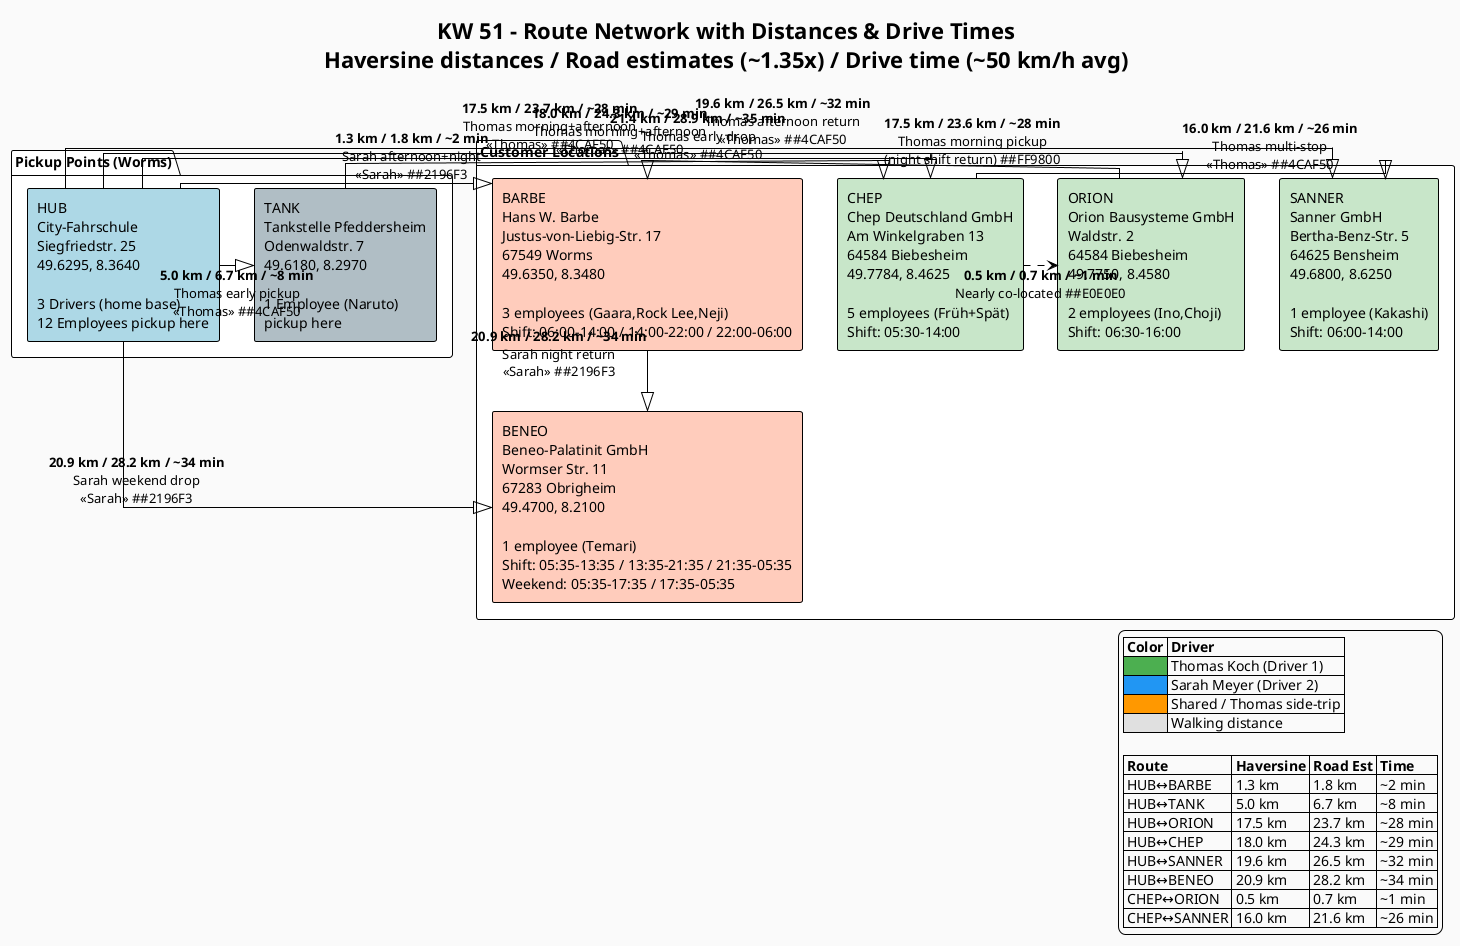
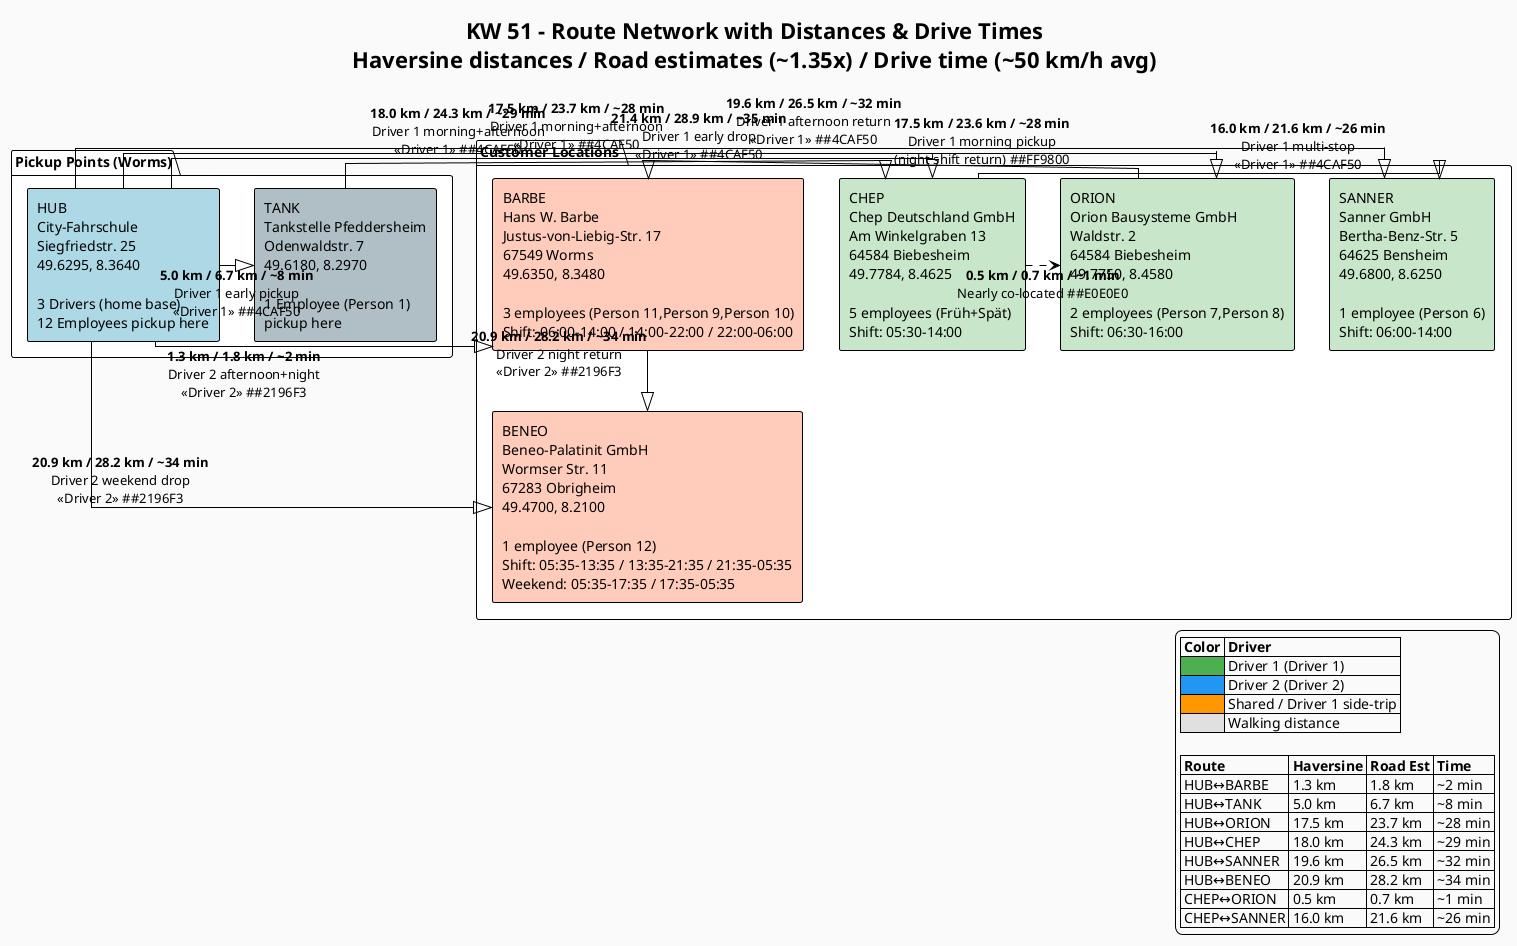
@startuml KW51_RouteNetwork
!theme plain
skinparam backgroundColor #FAFAFA
skinparam defaultFontName Helvetica
skinparam componentStyle rectangle
skinparam linetype ortho

title KW 51 - Route Network with Distances & Drive Times\nHaversine distances / Road estimates (~1.35x) / Drive time (~50 km/h avg)

' Color definitions
!$THOMAS_ROUTE = "#4CAF50"
!$SARAH_ROUTE = "#2196F3"
!$SHARED = "#FF9800"
!$SHORT = "#E0E0E0"

' Pickup points
package "Pickup Points (Worms)" as pickups {
  rectangle "HUB\nCity-Fahrschule\nSiegfriedstr. 25\n49.6295, 8.3640\n\n3 Drivers (home base)\n12 Employees pickup here" as HUB #LightBlue
-   rectangle "TANK\nTankstelle Pfeddersheim\nOdenwaldstr. 7\n49.6180, 8.2970\n\n1 Employee (Naruto)\npickup here" as TANK #B0BEC5
+   rectangle "TANK\nTankstelle Pfeddersheim\nOdenwaldstr. 7\n49.6180, 8.2970\n\n1 Employee (Person 1)\npickup here" as TANK #B0BEC5
}

' Customer locations
package "Customer Locations" as customers {
  rectangle "CHEP\nChep Deutschland GmbH\nAm Winkelgraben 13\n64584 Biebesheim\n49.7784, 8.4625\n\n5 employees (Früh+Spät)\nShift: 05:30-14:00" as CHEP #C8E6C9
-   rectangle "SANNER\nSanner GmbH\nBertha-Benz-Str. 5\n64625 Bensheim\n49.6800, 8.6250\n\n1 employee (Kakashi)\nShift: 06:00-14:00" as SANNER #C8E6C9
-   rectangle "ORION\nOrion Bausysteme GmbH\nWaldstr. 2\n64584 Biebesheim\n49.7750, 8.4580\n\n2 employees (Ino,Choji)\nShift: 06:30-16:00" as ORION #C8E6C9
-   rectangle "BARBE\nHans W. Barbe\nJustus-von-Liebig-Str. 17\n67549 Worms\n49.6350, 8.3480\n\n3 employees (Gaara,Rock Lee,Neji)\nShift: 06:00-14:00 / 14:00-22:00 / 22:00-06:00" as BARBE #FFCCBC
-   rectangle "BENEO\nBeneo-Palatinit GmbH\nWormser Str. 11\n67283 Obrigheim\n49.4700, 8.2100\n\n1 employee (Temari)\nShift: 05:35-13:35 / 13:35-21:35 / 21:35-05:35\nWeekend: 05:35-17:35 / 17:35-05:35" as BENEO #FFCCBC
+   rectangle "SANNER\nSanner GmbH\nBertha-Benz-Str. 5\n64625 Bensheim\n49.6800, 8.6250\n\n1 employee (Person 6)\nShift: 06:00-14:00" as SANNER #C8E6C9
+   rectangle "ORION\nOrion Bausysteme GmbH\nWaldstr. 2\n64584 Biebesheim\n49.7750, 8.4580\n\n2 employees (Person 7,Person 8)\nShift: 06:30-16:00" as ORION #C8E6C9
+   rectangle "BARBE\nHans W. Barbe\nJustus-von-Liebig-Str. 17\n67549 Worms\n49.6350, 8.3480\n\n3 employees (Person 11,Person 9,Person 10)\nShift: 06:00-14:00 / 14:00-22:00 / 22:00-06:00" as BARBE #FFCCBC
+   rectangle "BENEO\nBeneo-Palatinit GmbH\nWormser Str. 11\n67283 Obrigheim\n49.4700, 8.2100\n\n1 employee (Person 12)\nShift: 05:35-13:35 / 13:35-21:35 / 21:35-05:35\nWeekend: 05:35-17:35 / 17:35-05:35" as BENEO #FFCCBC
}

- ' Driver 1 routes (Thomas - Green)
- HUB -right-|> TANK : **5.0 km / 6.7 km / ~8 min**\nThomas early pickup\n<<Thomas>> #$THOMAS_ROUTE
- TANK -up-|> CHEP : **21.4 km / 28.9 km / ~35 min**\nThomas early drop\n<<Thomas>> #$THOMAS_ROUTE
- CHEP -right-|> SANNER : **16.0 km / 21.6 km / ~26 min**\nThomas multi-stop\n<<Thomas>> #$THOMAS_ROUTE
+ ' Driver 1 routes (Driver 1 - Green)
+ HUB -right-|> TANK : **5.0 km / 6.7 km / ~8 min**\nDriver 1 early pickup\n<<Driver 1>> #$THOMAS_ROUTE
+ TANK -up-|> CHEP : **21.4 km / 28.9 km / ~35 min**\nDriver 1 early drop\n<<Driver 1>> #$THOMAS_ROUTE
+ CHEP -right-|> SANNER : **16.0 km / 21.6 km / ~26 min**\nDriver 1 multi-stop\n<<Driver 1>> #$THOMAS_ROUTE

- HUB -up-|> CHEP : **18.0 km / 24.3 km / ~29 min**\nThomas morning+afternoon\n<<Thomas>> #$THOMAS_ROUTE
- HUB -up-|> SANNER : **19.6 km / 26.5 km / ~32 min**\nThomas afternoon return\n<<Thomas>> #$THOMAS_ROUTE
- HUB -right-|> ORION : **17.5 km / 23.7 km / ~28 min**\nThomas morning+afternoon\n<<Thomas>> #$THOMAS_ROUTE
+ HUB -up-|> CHEP : **18.0 km / 24.3 km / ~29 min**\nDriver 1 morning+afternoon\n<<Driver 1>> #$THOMAS_ROUTE
+ HUB -up-|> SANNER : **19.6 km / 26.5 km / ~32 min**\nDriver 1 afternoon return\n<<Driver 1>> #$THOMAS_ROUTE
+ HUB -right-|> ORION : **17.5 km / 23.7 km / ~28 min**\nDriver 1 morning+afternoon\n<<Driver 1>> #$THOMAS_ROUTE

- ' Driver 2 routes (Sarah - Blue)
- HUB -down-|> BARBE : **1.3 km / 1.8 km / ~2 min**\nSarah afternoon+night\n<<Sarah>> #$SARAH_ROUTE
- BARBE -down-|> BENEO : **20.9 km / 28.2 km / ~34 min**\nSarah night return\n<<Sarah>> #$SARAH_ROUTE
- HUB -down-|> BENEO : **20.9 km / 28.2 km / ~34 min**\nSarah weekend drop\n<<Sarah>> #$SARAH_ROUTE
+ ' Driver 2 routes (Driver 2 - Blue)
+ HUB -down-|> BARBE : **1.3 km / 1.8 km / ~2 min**\nDriver 2 afternoon+night\n<<Driver 2>> #$SARAH_ROUTE
+ BARBE -down-|> BENEO : **20.9 km / 28.2 km / ~34 min**\nDriver 2 night return\n<<Driver 2>> #$SARAH_ROUTE
+ HUB -down-|> BENEO : **20.9 km / 28.2 km / ~34 min**\nDriver 2 weekend drop\n<<Driver 2>> #$SARAH_ROUTE

- ' Very short hop (Thomas morning side-trip)
- ORION -left-|> BARBE : **17.5 km / 23.6 km / ~28 min**\nThomas morning pickup\n(night shift return) #$SHARED
+ ' Very short hop (Driver 1 morning side-trip)
+ ORION -left-|> BARBE : **17.5 km / 23.6 km / ~28 min**\nDriver 1 morning pickup\n(night shift return) #$SHARED

' Nearly co-located
CHEP .right.> ORION : **0.5 km / 0.7 km / ~1 min**\nNearly co-located #$SHORT

legend right
  |= Color |= Driver |
-   |<#4CAF50>  | Thomas Koch (Driver 1) |
-   |<#2196F3>  | Sarah Meyer (Driver 2) |
-   |<#FF9800>  | Shared / Thomas side-trip |
+   |<#4CAF50>  | Driver 1 (Driver 1) |
+   |<#2196F3>  | Driver 2 (Driver 2) |
+   |<#FF9800>  | Shared / Driver 1 side-trip |
  |<#E0E0E0>  | Walking distance |

  |= Route |= Haversine |= Road Est |= Time |
  | HUB↔BARBE | 1.3 km | 1.8 km | ~2 min |
  | HUB↔TANK | 5.0 km | 6.7 km | ~8 min |
  | HUB↔ORION | 17.5 km | 23.7 km | ~28 min |
  | HUB↔CHEP | 18.0 km | 24.3 km | ~29 min |
  | HUB↔SANNER | 19.6 km | 26.5 km | ~32 min |
  | HUB↔BENEO | 20.9 km | 28.2 km | ~34 min |
  | CHEP↔ORION | 0.5 km | 0.7 km | ~1 min |
  | CHEP↔SANNER | 16.0 km | 21.6 km | ~26 min |
endlegend

@enduml
